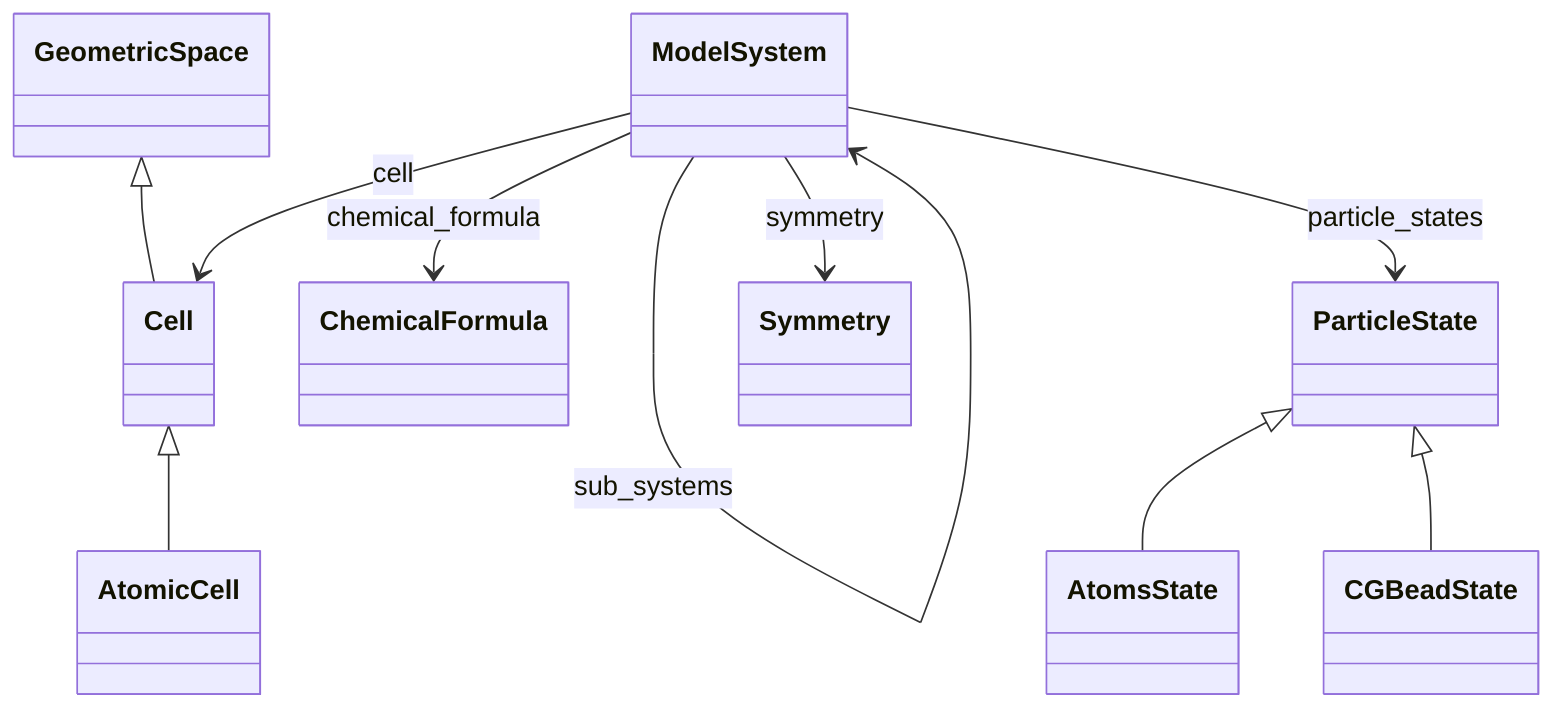
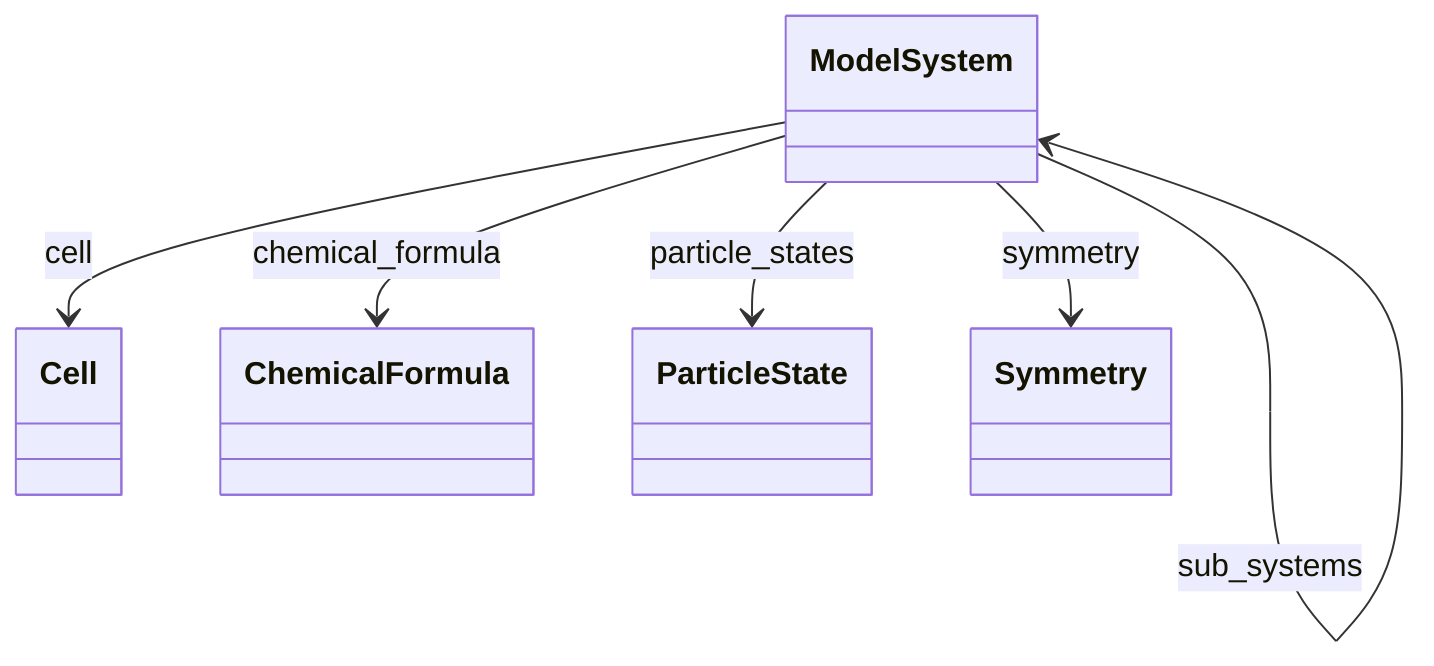
classDiagram
-     class AtomicCell
-     class AtomsState
-     class CGBeadState
    class Cell
    class ChemicalFormula
-     class GeometricSpace
    class ModelSystem
    class ParticleState
    class Symmetry
-     Cell <|-- AtomicCell
-     ParticleState <|-- AtomsState
-     ParticleState <|-- CGBeadState
-     GeometricSpace <|-- Cell
    ModelSystem --> Cell : cell
    ModelSystem --> ChemicalFormula : chemical_formula
    ModelSystem --> ModelSystem : sub_systems
    ModelSystem --> ParticleState : particle_states
    ModelSystem --> Symmetry : symmetry
